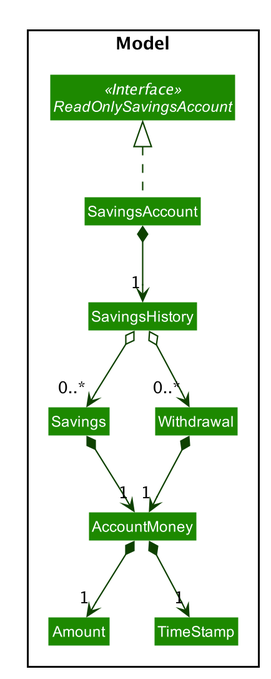
This is images/SavingsAccountClassDiagram.png from AY1920S1-CS2103T-F13-2/main, a PlantUML export, as it was before one commit. The source it was exported from:
```plantuml
@startuml








skinparam BackgroundColor #FFFFFFF

skinparam Shadowing false

skinparam Class {
    FontColor #FFFFFF
    BorderThickness 1
    BorderColor #FFFFFF
    StereotypeFontColor #FFFFFF
    FontName Arial
}

skinparam Actor {
    BorderColor #000000
    Color #000000
    FontName Arial
}

skinparam Sequence {
    MessageAlign center
    BoxFontSize 15
    BoxPadding 0
    BoxFontColor #FFFFFF
    FontName Arial
}

skinparam Participant {
    FontColor #FFFFFFF
    Padding 20
}

skinparam MinClassWidth 50
skinparam ParticipantPadding 10
skinparam Shadowing false
skinparam DefaultTextAlignment center
skinparam packageStyle Rectangle

hide footbox
hide members
hide circle
skinparam arrowThickness 1.1
skinparam arrowColor #0E4100
skinparam classBackgroundColor #1D8900

package Model <<Rectangle>> {
    Interface ReadOnlySavingsAccount <<Interface>>
    Class Savings
    Class Withdrawal
    Class SavingsAccount
    Class SavingsHistory
    Class AccountMoney
    Class Amount
    Class TimeStamp
}
SavingsAccount .up.|> ReadOnlySavingsAccount
SavingsAccount *--> "1" SavingsHistory
SavingsHistory o--> "0..*" Savings
SavingsHistory o--> "0..*" Withdrawal

Savings *--> "1" AccountMoney
Withdrawal *--> "1" AccountMoney

AccountMoney *--> "1" Amount
AccountMoney *--> "1" TimeStamp

@enduml
```
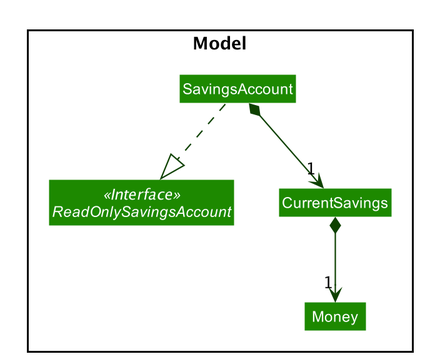
Above is the later version.

Change to the diagram source:
```diff
@@ -53,23 +53,12 @@
 
 package Model <<Rectangle>> {
     Interface ReadOnlySavingsAccount <<Interface>>
-    Class Savings
-    Class Withdrawal
+    Class CurrentSavings
     Class SavingsAccount
-    Class SavingsHistory
-    Class AccountMoney
-    Class Amount
-    Class TimeStamp
+    Class Money
 }
-SavingsAccount .up.|> ReadOnlySavingsAccount
-SavingsAccount *--> "1" SavingsHistory
-SavingsHistory o--> "0..*" Savings
-SavingsHistory o--> "0..*" Withdrawal
-
-Savings *--> "1" AccountMoney
-Withdrawal *--> "1" AccountMoney
-
-AccountMoney *--> "1" Amount
-AccountMoney *--> "1" TimeStamp
+SavingsAccount ..|> ReadOnlySavingsAccount
+SavingsAccount *--> "1" CurrentSavings
+CurrentSavings *--> "1" Money
 
 @enduml
```
